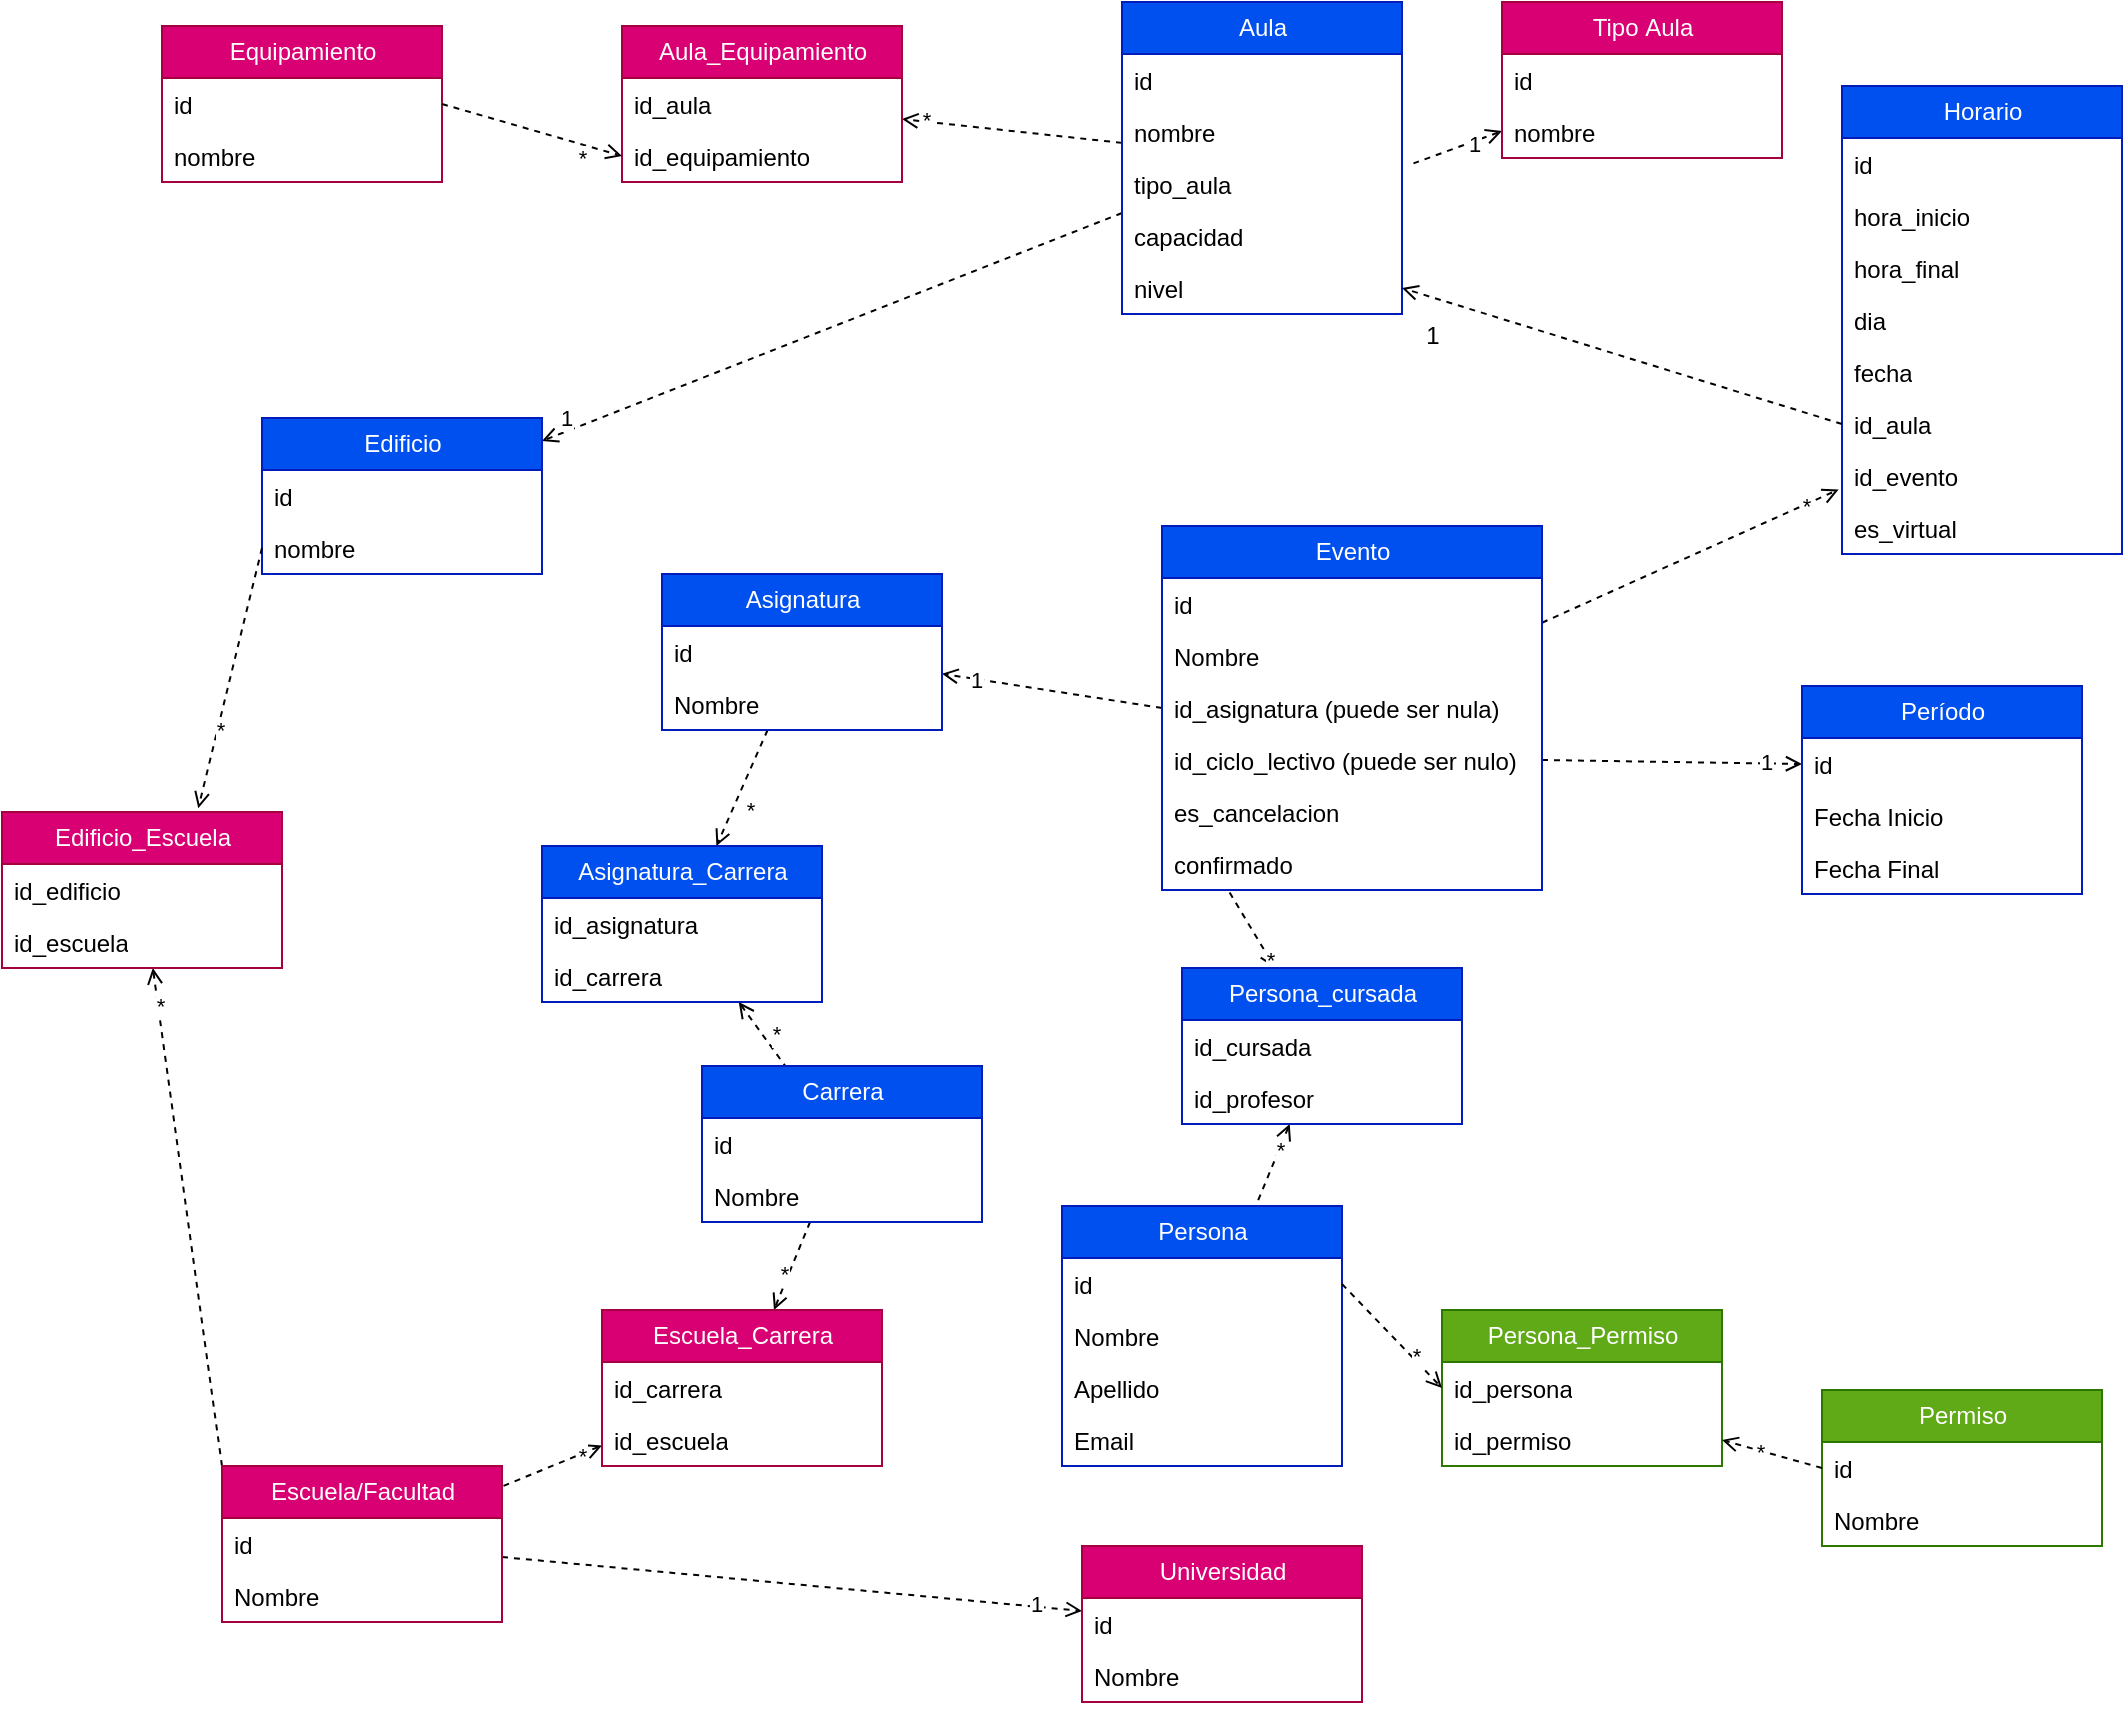
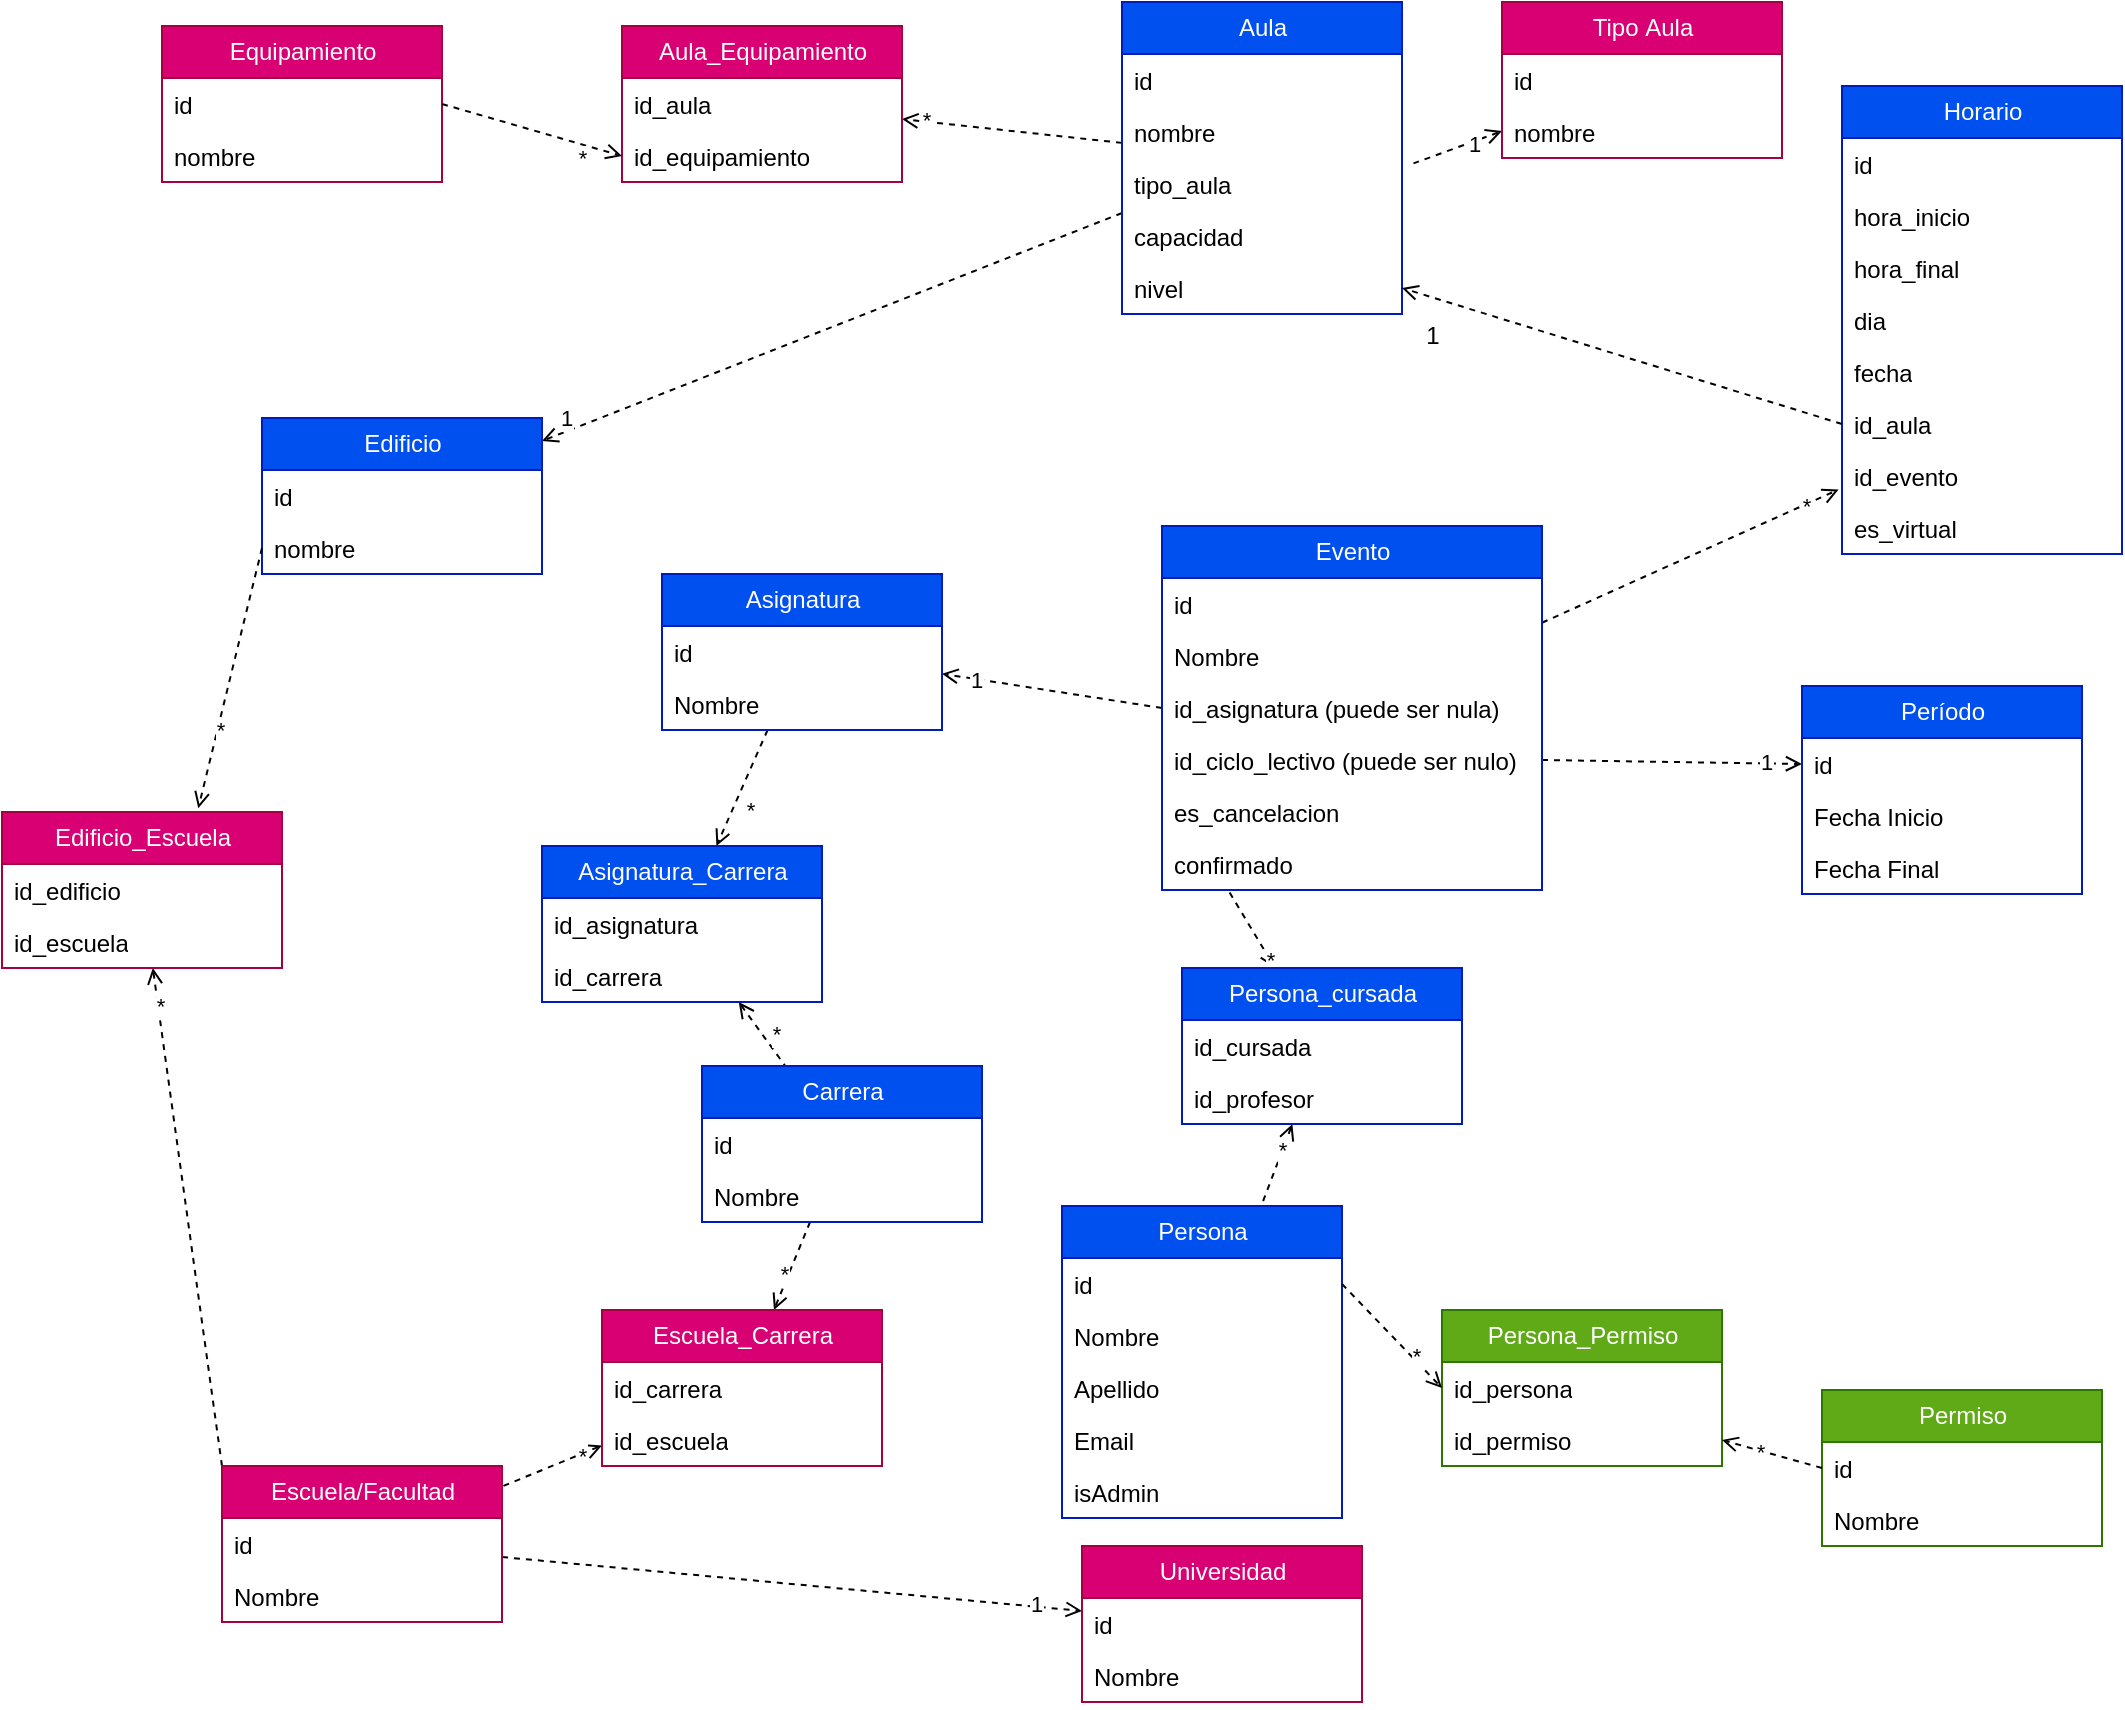
<mxfile host="65bd71144e">
    <diagram id="FC9ZTT8uPpO0bs4Ok23c" name="Page-1">
-         <mxGraphModel dx="2236" dy="779" grid="1" gridSize="10" guides="1" tooltips="1" connect="1" arrows="1" fold="1" page="1" pageScale="1" pageWidth="850" pageHeight="1100" math="0" shadow="0">
+         <mxGraphModel dx="2447" dy="1003" grid="1" gridSize="10" guides="1" tooltips="1" connect="1" arrows="1" fold="1" page="1" pageScale="1" pageWidth="850" pageHeight="1100" math="0" shadow="0">
            <root>
                <mxCell id="0"/>
                <mxCell id="1" parent="0"/>
                <mxCell id="9" value="" style="edgeStyle=none;html=1;dashed=1;endArrow=none;endFill=0;startArrow=open;startFill=0;entryX=1.041;entryY=0.104;entryDx=0;entryDy=0;entryPerimeter=0;" parent="1" source="2" target="17" edge="1">
                    <mxGeometry relative="1" as="geometry">
                        <mxPoint x="310" y="119" as="targetPoint"/>
                    </mxGeometry>
                </mxCell>
                <mxCell id="162" value="1" style="edgeLabel;html=1;align=center;verticalAlign=middle;resizable=0;points=[];" parent="9" vertex="1" connectable="0">
                    <mxGeometry x="-0.3308" y="1" relative="1" as="geometry">
                        <mxPoint as="offset"/>
                    </mxGeometry>
                </mxCell>
                <mxCell id="2" value="Tipo&amp;nbsp;Aula" style="swimlane;fontStyle=0;childLayout=stackLayout;horizontal=1;startSize=26;fillColor=#d80073;horizontalStack=0;resizeParent=1;resizeParentMax=0;resizeLast=0;collapsible=1;marginBottom=0;html=1;fontColor=#ffffff;strokeColor=#A50040;" parent="1" vertex="1">
                    <mxGeometry x="500" y="28" width="140" height="78" as="geometry"/>
                </mxCell>
                <mxCell id="4" value="id" style="text;strokeColor=none;fillColor=none;align=left;verticalAlign=top;spacingLeft=4;spacingRight=4;overflow=hidden;rotatable=0;points=[[0,0.5],[1,0.5]];portConstraint=eastwest;whiteSpace=wrap;html=1;" parent="2" vertex="1">
                    <mxGeometry y="26" width="140" height="26" as="geometry"/>
                </mxCell>
                <mxCell id="5" value="nombre" style="text;strokeColor=none;fillColor=none;align=left;verticalAlign=top;spacingLeft=4;spacingRight=4;overflow=hidden;rotatable=0;points=[[0,0.5],[1,0.5]];portConstraint=eastwest;whiteSpace=wrap;html=1;" parent="2" vertex="1">
                    <mxGeometry y="52" width="140" height="26" as="geometry"/>
                </mxCell>
                <mxCell id="30" value="" style="edgeStyle=none;html=1;dashed=1;startArrow=none;startFill=0;endArrow=open;endFill=0;exitX=0;exitY=0.5;exitDx=0;exitDy=0;" parent="1" source="82" target="25" edge="1">
                    <mxGeometry relative="1" as="geometry">
                        <mxPoint x="440" y="397.2812500000002" as="sourcePoint"/>
                    </mxGeometry>
                </mxCell>
                <mxCell id="164" value="1" style="edgeLabel;html=1;align=center;verticalAlign=middle;resizable=0;points=[];" parent="30" vertex="1" connectable="0">
                    <mxGeometry x="0.6998" relative="1" as="geometry">
                        <mxPoint as="offset"/>
                    </mxGeometry>
                </mxCell>
                <mxCell id="36" value="" style="edgeStyle=none;html=1;dashed=1;startArrow=none;startFill=0;endArrow=open;endFill=0;entryX=0;entryY=0.5;entryDx=0;entryDy=0;exitX=1;exitY=0.5;exitDx=0;exitDy=0;" parent="1" source="83" target="32" edge="1">
                    <mxGeometry relative="1" as="geometry">
                        <mxPoint x="580" y="422" as="sourcePoint"/>
                    </mxGeometry>
                </mxCell>
                <mxCell id="149" value="1" style="edgeLabel;html=1;align=center;verticalAlign=middle;resizable=0;points=[];" parent="36" vertex="1" connectable="0">
                    <mxGeometry x="0.7212" y="1" relative="1" as="geometry">
                        <mxPoint as="offset"/>
                    </mxGeometry>
                </mxCell>
                <mxCell id="69" value="" style="edgeStyle=none;html=1;dashed=1;startArrow=none;startFill=0;endArrow=open;endFill=0;exitX=0.178;exitY=1.049;exitDx=0;exitDy=0;exitPerimeter=0;" parent="1" source="172" target="65" edge="1">
                    <mxGeometry relative="1" as="geometry">
                        <mxPoint x="440" y="459.47058823529414" as="sourcePoint"/>
                    </mxGeometry>
                </mxCell>
                <mxCell id="163" value="*" style="edgeLabel;html=1;align=center;verticalAlign=middle;resizable=0;points=[];" parent="69" vertex="1" connectable="0">
                    <mxGeometry x="0.8002" relative="1" as="geometry">
                        <mxPoint as="offset"/>
                    </mxGeometry>
                </mxCell>
                <mxCell id="108" value="" style="edgeStyle=none;html=1;dashed=1;startArrow=none;startFill=0;endArrow=open;endFill=0;" parent="1" source="14" target="103" edge="1">
                    <mxGeometry relative="1" as="geometry"/>
                </mxCell>
                <mxCell id="139" value="1" style="edgeLabel;html=1;align=center;verticalAlign=middle;resizable=0;points=[];" parent="108" vertex="1" connectable="0">
                    <mxGeometry x="0.923" y="1" relative="1" as="geometry">
                        <mxPoint y="-8" as="offset"/>
                    </mxGeometry>
                </mxCell>
                <mxCell id="129" value="" style="edgeStyle=none;html=1;dashed=1;startArrow=none;startFill=0;endArrow=open;endFill=0;" parent="1" source="14" target="124" edge="1">
                    <mxGeometry relative="1" as="geometry"/>
                </mxCell>
                <mxCell id="138" value="*" style="edgeLabel;html=1;align=center;verticalAlign=middle;resizable=0;points=[];" parent="129" vertex="1" connectable="0">
                    <mxGeometry x="0.7859" y="-1" relative="1" as="geometry">
                        <mxPoint as="offset"/>
                    </mxGeometry>
                </mxCell>
                <mxCell id="14" value="Aula" style="swimlane;fontStyle=0;childLayout=stackLayout;horizontal=1;startSize=26;fillColor=#0050ef;horizontalStack=0;resizeParent=1;resizeParentMax=0;resizeLast=0;collapsible=1;marginBottom=0;html=1;fontColor=#ffffff;strokeColor=#001DBC;" parent="1" vertex="1">
                    <mxGeometry x="310" y="28" width="140" height="156" as="geometry">
                        <mxRectangle x="350" y="340" width="60" height="30" as="alternateBounds"/>
                    </mxGeometry>
                </mxCell>
                <mxCell id="15" value="id" style="text;strokeColor=none;fillColor=none;align=left;verticalAlign=top;spacingLeft=4;spacingRight=4;overflow=hidden;rotatable=0;points=[[0,0.5],[1,0.5]];portConstraint=eastwest;whiteSpace=wrap;html=1;" parent="14" vertex="1">
                    <mxGeometry y="26" width="140" height="26" as="geometry"/>
                </mxCell>
                <mxCell id="16" value="nombre" style="text;strokeColor=none;fillColor=none;align=left;verticalAlign=top;spacingLeft=4;spacingRight=4;overflow=hidden;rotatable=0;points=[[0,0.5],[1,0.5]];portConstraint=eastwest;whiteSpace=wrap;html=1;" parent="14" vertex="1">
                    <mxGeometry y="52" width="140" height="26" as="geometry"/>
                </mxCell>
                <mxCell id="17" value="tipo_aula&lt;br&gt;&lt;br&gt;" style="text;strokeColor=none;fillColor=none;align=left;verticalAlign=top;spacingLeft=4;spacingRight=4;overflow=hidden;rotatable=0;points=[[0,0.5],[1,0.5]];portConstraint=eastwest;whiteSpace=wrap;html=1;" parent="14" vertex="1">
                    <mxGeometry y="78" width="140" height="26" as="geometry"/>
                </mxCell>
                <mxCell id="19" value="capacidad" style="text;strokeColor=none;fillColor=none;align=left;verticalAlign=top;spacingLeft=4;spacingRight=4;overflow=hidden;rotatable=0;points=[[0,0.5],[1,0.5]];portConstraint=eastwest;whiteSpace=wrap;html=1;" parent="14" vertex="1">
                    <mxGeometry y="104" width="140" height="26" as="geometry"/>
                </mxCell>
                <mxCell id="136" value="nivel" style="text;strokeColor=none;fillColor=none;align=left;verticalAlign=top;spacingLeft=4;spacingRight=4;overflow=hidden;rotatable=0;points=[[0,0.5],[1,0.5]];portConstraint=eastwest;whiteSpace=wrap;html=1;" parent="14" vertex="1">
                    <mxGeometry y="130" width="140" height="26" as="geometry"/>
                </mxCell>
                <mxCell id="60" value="" style="edgeStyle=none;html=1;dashed=1;startArrow=none;startFill=0;endArrow=open;endFill=0;" parent="1" source="25" target="57" edge="1">
                    <mxGeometry relative="1" as="geometry"/>
                </mxCell>
                <mxCell id="166" value="*" style="edgeLabel;html=1;align=center;verticalAlign=middle;resizable=0;points=[];" parent="60" vertex="1" connectable="0">
                    <mxGeometry x="0.5203" y="1" relative="1" as="geometry">
                        <mxPoint x="9" y="-5" as="offset"/>
                    </mxGeometry>
                </mxCell>
                <mxCell id="25" value="Asignatura" style="swimlane;fontStyle=0;childLayout=stackLayout;horizontal=1;startSize=26;fillColor=#0050ef;horizontalStack=0;resizeParent=1;resizeParentMax=0;resizeLast=0;collapsible=1;marginBottom=0;html=1;fontColor=#ffffff;strokeColor=#001DBC;" parent="1" vertex="1">
                    <mxGeometry x="80" y="314" width="140" height="78" as="geometry"/>
                </mxCell>
                <mxCell id="26" value="id" style="text;strokeColor=none;fillColor=none;align=left;verticalAlign=top;spacingLeft=4;spacingRight=4;overflow=hidden;rotatable=0;points=[[0,0.5],[1,0.5]];portConstraint=eastwest;whiteSpace=wrap;html=1;" parent="25" vertex="1">
                    <mxGeometry y="26" width="140" height="26" as="geometry"/>
                </mxCell>
                <mxCell id="27" value="Nombre" style="text;strokeColor=none;fillColor=none;align=left;verticalAlign=top;spacingLeft=4;spacingRight=4;overflow=hidden;rotatable=0;points=[[0,0.5],[1,0.5]];portConstraint=eastwest;whiteSpace=wrap;html=1;" parent="25" vertex="1">
                    <mxGeometry y="52" width="140" height="26" as="geometry"/>
                </mxCell>
                <mxCell id="31" value="Período" style="swimlane;fontStyle=0;childLayout=stackLayout;horizontal=1;startSize=26;fillColor=#0050ef;horizontalStack=0;resizeParent=1;resizeParentMax=0;resizeLast=0;collapsible=1;marginBottom=0;html=1;fontColor=#ffffff;strokeColor=#001DBC;" parent="1" vertex="1">
                    <mxGeometry x="650" y="370" width="140" height="104" as="geometry"/>
                </mxCell>
                <mxCell id="32" value="id" style="text;strokeColor=none;fillColor=none;align=left;verticalAlign=top;spacingLeft=4;spacingRight=4;overflow=hidden;rotatable=0;points=[[0,0.5],[1,0.5]];portConstraint=eastwest;whiteSpace=wrap;html=1;" parent="31" vertex="1">
                    <mxGeometry y="26" width="140" height="26" as="geometry"/>
                </mxCell>
                <mxCell id="33" value="Fecha Inicio" style="text;strokeColor=none;fillColor=none;align=left;verticalAlign=top;spacingLeft=4;spacingRight=4;overflow=hidden;rotatable=0;points=[[0,0.5],[1,0.5]];portConstraint=eastwest;whiteSpace=wrap;html=1;" parent="31" vertex="1">
                    <mxGeometry y="52" width="140" height="26" as="geometry"/>
                </mxCell>
                <mxCell id="34" value="Fecha Final" style="text;strokeColor=none;fillColor=none;align=left;verticalAlign=top;spacingLeft=4;spacingRight=4;overflow=hidden;rotatable=0;points=[[0,0.5],[1,0.5]];portConstraint=eastwest;whiteSpace=wrap;html=1;" parent="31" vertex="1">
                    <mxGeometry y="78" width="140" height="26" as="geometry"/>
                </mxCell>
                <mxCell id="48" value="" style="edgeStyle=none;html=1;dashed=1;startArrow=none;startFill=0;endArrow=open;endFill=0;entryX=-0.012;entryY=0.761;entryDx=0;entryDy=0;entryPerimeter=0;" parent="1" source="37" target="171" edge="1">
                    <mxGeometry relative="1" as="geometry">
                        <mxPoint x="530" y="344.5999999999998" as="targetPoint"/>
                    </mxGeometry>
                </mxCell>
                <mxCell id="150" value="*" style="edgeLabel;html=1;align=center;verticalAlign=middle;resizable=0;points=[];" parent="48" vertex="1" connectable="0">
                    <mxGeometry x="0.77" relative="1" as="geometry">
                        <mxPoint as="offset"/>
                    </mxGeometry>
                </mxCell>
                <mxCell id="37" value="Evento" style="swimlane;fontStyle=0;childLayout=stackLayout;horizontal=1;startSize=26;fillColor=#0050ef;horizontalStack=0;resizeParent=1;resizeParentMax=0;resizeLast=0;collapsible=1;marginBottom=0;html=1;fontColor=#ffffff;strokeColor=#001DBC;" parent="1" vertex="1">
                    <mxGeometry x="330" y="290" width="190" height="182" as="geometry"/>
                </mxCell>
                <mxCell id="38" value="id" style="text;strokeColor=none;fillColor=none;align=left;verticalAlign=top;spacingLeft=4;spacingRight=4;overflow=hidden;rotatable=0;points=[[0,0.5],[1,0.5]];portConstraint=eastwest;whiteSpace=wrap;html=1;" parent="37" vertex="1">
                    <mxGeometry y="26" width="190" height="26" as="geometry"/>
                </mxCell>
                <mxCell id="41" value="Nombre" style="text;strokeColor=none;fillColor=none;align=left;verticalAlign=top;spacingLeft=4;spacingRight=4;overflow=hidden;rotatable=0;points=[[0,0.5],[1,0.5]];portConstraint=eastwest;whiteSpace=wrap;html=1;" parent="37" vertex="1">
                    <mxGeometry y="52" width="190" height="26" as="geometry"/>
                </mxCell>
                <mxCell id="82" value="id_asignatura (puede ser nula)" style="text;strokeColor=none;fillColor=none;align=left;verticalAlign=top;spacingLeft=4;spacingRight=4;overflow=hidden;rotatable=0;points=[[0,0.5],[1,0.5]];portConstraint=eastwest;whiteSpace=wrap;html=1;" parent="37" vertex="1">
                    <mxGeometry y="78" width="190" height="26" as="geometry"/>
                </mxCell>
                <mxCell id="83" value="id_ciclo_lectivo (puede ser nulo)" style="text;strokeColor=none;fillColor=none;align=left;verticalAlign=top;spacingLeft=4;spacingRight=4;overflow=hidden;rotatable=0;points=[[0,0.5],[1,0.5]];portConstraint=eastwest;whiteSpace=wrap;html=1;" parent="37" vertex="1">
                    <mxGeometry y="104" width="190" height="26" as="geometry"/>
                </mxCell>
                <mxCell id="98" value="es_cancelacion" style="text;strokeColor=none;fillColor=none;align=left;verticalAlign=top;spacingLeft=4;spacingRight=4;overflow=hidden;rotatable=0;points=[[0,0.5],[1,0.5]];portConstraint=eastwest;whiteSpace=wrap;html=1;" parent="37" vertex="1">
                    <mxGeometry y="130" width="190" height="26" as="geometry"/>
                </mxCell>
-                 <mxCell id="172" value="confirmado" style="text;strokeColor=none;fillColor=none;align=left;verticalAlign=top;spacingLeft=4;spacingRight=4;overflow=hidden;rotatable=0;points=[[0,0.5],[1,0.5]];portConstraint=eastwest;whiteSpace=wrap;html=1;" vertex="1" parent="37">
+                 <mxCell id="172" value="confirmado" style="text;strokeColor=none;fillColor=none;align=left;verticalAlign=top;spacingLeft=4;spacingRight=4;overflow=hidden;rotatable=0;points=[[0,0.5],[1,0.5]];portConstraint=eastwest;whiteSpace=wrap;html=1;" parent="37" vertex="1">
                    <mxGeometry y="156" width="190" height="26" as="geometry"/>
                </mxCell>
                <mxCell id="49" value="Horario" style="swimlane;fontStyle=0;childLayout=stackLayout;horizontal=1;startSize=26;fillColor=#0050ef;horizontalStack=0;resizeParent=1;resizeParentMax=0;resizeLast=0;collapsible=1;marginBottom=0;html=1;fontColor=#ffffff;strokeColor=#001DBC;" parent="1" vertex="1">
                    <mxGeometry x="670" y="70" width="140" height="234" as="geometry"/>
                </mxCell>
                <mxCell id="50" value="id" style="text;strokeColor=none;fillColor=none;align=left;verticalAlign=top;spacingLeft=4;spacingRight=4;overflow=hidden;rotatable=0;points=[[0,0.5],[1,0.5]];portConstraint=eastwest;whiteSpace=wrap;html=1;" parent="49" vertex="1">
                    <mxGeometry y="26" width="140" height="26" as="geometry"/>
                </mxCell>
                <mxCell id="51" value="hora_inicio" style="text;strokeColor=none;fillColor=none;align=left;verticalAlign=top;spacingLeft=4;spacingRight=4;overflow=hidden;rotatable=0;points=[[0,0.5],[1,0.5]];portConstraint=eastwest;whiteSpace=wrap;html=1;" parent="49" vertex="1">
                    <mxGeometry y="52" width="140" height="26" as="geometry"/>
                </mxCell>
                <mxCell id="53" value="hora_final" style="text;strokeColor=none;fillColor=none;align=left;verticalAlign=top;spacingLeft=4;spacingRight=4;overflow=hidden;rotatable=0;points=[[0,0.5],[1,0.5]];portConstraint=eastwest;whiteSpace=wrap;html=1;" parent="49" vertex="1">
                    <mxGeometry y="78" width="140" height="26" as="geometry"/>
                </mxCell>
                <mxCell id="54" value="dia" style="text;strokeColor=none;fillColor=none;align=left;verticalAlign=top;spacingLeft=4;spacingRight=4;overflow=hidden;rotatable=0;points=[[0,0.5],[1,0.5]];portConstraint=eastwest;whiteSpace=wrap;html=1;" parent="49" vertex="1">
                    <mxGeometry y="104" width="140" height="26" as="geometry"/>
                </mxCell>
-                 <mxCell id="167" value="fecha" style="text;strokeColor=none;fillColor=none;align=left;verticalAlign=top;spacingLeft=4;spacingRight=4;overflow=hidden;rotatable=0;points=[[0,0.5],[1,0.5]];portConstraint=eastwest;whiteSpace=wrap;html=1;" vertex="1" parent="49">
+                 <mxCell id="167" value="fecha" style="text;strokeColor=none;fillColor=none;align=left;verticalAlign=top;spacingLeft=4;spacingRight=4;overflow=hidden;rotatable=0;points=[[0,0.5],[1,0.5]];portConstraint=eastwest;whiteSpace=wrap;html=1;" parent="49" vertex="1">
                    <mxGeometry y="130" width="140" height="26" as="geometry"/>
                </mxCell>
-                 <mxCell id="168" value="id_aula" style="text;strokeColor=none;fillColor=none;align=left;verticalAlign=top;spacingLeft=4;spacingRight=4;overflow=hidden;rotatable=0;points=[[0,0.5],[1,0.5]];portConstraint=eastwest;whiteSpace=wrap;html=1;" vertex="1" parent="49">
+                 <mxCell id="168" value="id_aula" style="text;strokeColor=none;fillColor=none;align=left;verticalAlign=top;spacingLeft=4;spacingRight=4;overflow=hidden;rotatable=0;points=[[0,0.5],[1,0.5]];portConstraint=eastwest;whiteSpace=wrap;html=1;" parent="49" vertex="1">
                    <mxGeometry y="156" width="140" height="26" as="geometry"/>
                </mxCell>
-                 <mxCell id="171" value="id_evento" style="text;strokeColor=none;fillColor=none;align=left;verticalAlign=top;spacingLeft=4;spacingRight=4;overflow=hidden;rotatable=0;points=[[0,0.5],[1,0.5]];portConstraint=eastwest;whiteSpace=wrap;html=1;" vertex="1" parent="49">
+                 <mxCell id="171" value="id_evento" style="text;strokeColor=none;fillColor=none;align=left;verticalAlign=top;spacingLeft=4;spacingRight=4;overflow=hidden;rotatable=0;points=[[0,0.5],[1,0.5]];portConstraint=eastwest;whiteSpace=wrap;html=1;" parent="49" vertex="1">
                    <mxGeometry y="182" width="140" height="26" as="geometry"/>
                </mxCell>
-                 <mxCell id="173" value="es_virtual" style="text;strokeColor=none;fillColor=none;align=left;verticalAlign=top;spacingLeft=4;spacingRight=4;overflow=hidden;rotatable=0;points=[[0,0.5],[1,0.5]];portConstraint=eastwest;whiteSpace=wrap;html=1;" vertex="1" parent="49">
+                 <mxCell id="173" value="es_virtual" style="text;strokeColor=none;fillColor=none;align=left;verticalAlign=top;spacingLeft=4;spacingRight=4;overflow=hidden;rotatable=0;points=[[0,0.5],[1,0.5]];portConstraint=eastwest;whiteSpace=wrap;html=1;" parent="49" vertex="1">
                    <mxGeometry y="208" width="140" height="26" as="geometry"/>
                </mxCell>
                <mxCell id="64" value="" style="edgeStyle=none;html=1;dashed=1;startArrow=open;startFill=0;endArrow=none;endFill=0;" parent="1" source="57" target="61" edge="1">
                    <mxGeometry relative="1" as="geometry"/>
                </mxCell>
                <mxCell id="165" value="*" style="edgeLabel;html=1;align=center;verticalAlign=middle;resizable=0;points=[];" parent="64" vertex="1" connectable="0">
                    <mxGeometry x="-0.3441" relative="1" as="geometry">
                        <mxPoint x="11" y="5" as="offset"/>
                    </mxGeometry>
                </mxCell>
                <mxCell id="57" value="Asignatura_Carrera" style="swimlane;fontStyle=0;childLayout=stackLayout;horizontal=1;startSize=26;fillColor=#0050ef;horizontalStack=0;resizeParent=1;resizeParentMax=0;resizeLast=0;collapsible=1;marginBottom=0;html=1;fontColor=#ffffff;strokeColor=#001DBC;" parent="1" vertex="1">
                    <mxGeometry x="20" y="450" width="140" height="78" as="geometry"/>
                </mxCell>
                <mxCell id="58" value="id_asignatura" style="text;strokeColor=none;fillColor=none;align=left;verticalAlign=top;spacingLeft=4;spacingRight=4;overflow=hidden;rotatable=0;points=[[0,0.5],[1,0.5]];portConstraint=eastwest;whiteSpace=wrap;html=1;" parent="57" vertex="1">
                    <mxGeometry y="26" width="140" height="26" as="geometry"/>
                </mxCell>
                <mxCell id="59" value="id_carrera" style="text;strokeColor=none;fillColor=none;align=left;verticalAlign=top;spacingLeft=4;spacingRight=4;overflow=hidden;rotatable=0;points=[[0,0.5],[1,0.5]];portConstraint=eastwest;whiteSpace=wrap;html=1;" parent="57" vertex="1">
                    <mxGeometry y="52" width="140" height="26" as="geometry"/>
                </mxCell>
                <mxCell id="93" value="" style="edgeStyle=none;html=1;dashed=1;startArrow=none;startFill=0;endArrow=open;endFill=0;" parent="1" source="61" target="90" edge="1">
                    <mxGeometry relative="1" as="geometry"/>
                </mxCell>
                <mxCell id="143" value="*" style="edgeLabel;html=1;align=center;verticalAlign=middle;resizable=0;points=[];" parent="93" vertex="1" connectable="0">
                    <mxGeometry x="0.2302" y="-2" relative="1" as="geometry">
                        <mxPoint as="offset"/>
                    </mxGeometry>
                </mxCell>
                <mxCell id="61" value="Carrera" style="swimlane;fontStyle=0;childLayout=stackLayout;horizontal=1;startSize=26;fillColor=#0050ef;horizontalStack=0;resizeParent=1;resizeParentMax=0;resizeLast=0;collapsible=1;marginBottom=0;html=1;fontColor=#ffffff;strokeColor=#001DBC;" parent="1" vertex="1">
                    <mxGeometry x="100" y="560" width="140" height="78" as="geometry"/>
                </mxCell>
                <mxCell id="62" value="id" style="text;strokeColor=none;fillColor=none;align=left;verticalAlign=top;spacingLeft=4;spacingRight=4;overflow=hidden;rotatable=0;points=[[0,0.5],[1,0.5]];portConstraint=eastwest;whiteSpace=wrap;html=1;" parent="61" vertex="1">
                    <mxGeometry y="26" width="140" height="26" as="geometry"/>
                </mxCell>
                <mxCell id="63" value="Nombre" style="text;strokeColor=none;fillColor=none;align=left;verticalAlign=top;spacingLeft=4;spacingRight=4;overflow=hidden;rotatable=0;points=[[0,0.5],[1,0.5]];portConstraint=eastwest;whiteSpace=wrap;html=1;" parent="61" vertex="1">
                    <mxGeometry y="52" width="140" height="26" as="geometry"/>
                </mxCell>
                <mxCell id="73" value="" style="edgeStyle=none;html=1;dashed=1;startArrow=open;startFill=0;endArrow=none;endFill=0;" parent="1" source="65" target="70" edge="1">
                    <mxGeometry relative="1" as="geometry"/>
                </mxCell>
                <mxCell id="147" value="*" style="edgeLabel;html=1;align=center;verticalAlign=middle;resizable=0;points=[];" parent="73" vertex="1" connectable="0">
                    <mxGeometry x="-0.371" relative="1" as="geometry">
                        <mxPoint as="offset"/>
                    </mxGeometry>
                </mxCell>
                <mxCell id="65" value="Persona_cursada" style="swimlane;fontStyle=0;childLayout=stackLayout;horizontal=1;startSize=26;fillColor=#0050ef;horizontalStack=0;resizeParent=1;resizeParentMax=0;resizeLast=0;collapsible=1;marginBottom=0;html=1;fontColor=#ffffff;strokeColor=#001DBC;" parent="1" vertex="1">
                    <mxGeometry x="340" y="511" width="140" height="78" as="geometry">
                        <mxRectangle x="540" y="320" width="90" height="30" as="alternateBounds"/>
                    </mxGeometry>
                </mxCell>
                <mxCell id="66" value="id_cursada" style="text;strokeColor=none;fillColor=none;align=left;verticalAlign=top;spacingLeft=4;spacingRight=4;overflow=hidden;rotatable=0;points=[[0,0.5],[1,0.5]];portConstraint=eastwest;whiteSpace=wrap;html=1;" parent="65" vertex="1">
                    <mxGeometry y="26" width="140" height="26" as="geometry"/>
                </mxCell>
                <mxCell id="67" value="id_profesor" style="text;strokeColor=none;fillColor=none;align=left;verticalAlign=top;spacingLeft=4;spacingRight=4;overflow=hidden;rotatable=0;points=[[0,0.5],[1,0.5]];portConstraint=eastwest;whiteSpace=wrap;html=1;" parent="65" vertex="1">
                    <mxGeometry y="52" width="140" height="26" as="geometry"/>
                </mxCell>
                <mxCell id="70" value="Persona" style="swimlane;fontStyle=0;childLayout=stackLayout;horizontal=1;startSize=26;fillColor=#0050ef;horizontalStack=0;resizeParent=1;resizeParentMax=0;resizeLast=0;collapsible=1;marginBottom=0;html=1;fontColor=#ffffff;strokeColor=#001DBC;" parent="1" vertex="1">
-                     <mxGeometry x="280" y="630" width="140" height="130" as="geometry">
+                     <mxGeometry x="280" y="630" width="140" height="156" as="geometry">
                        <mxRectangle x="540" y="320" width="90" height="30" as="alternateBounds"/>
                    </mxGeometry>
                </mxCell>
                <mxCell id="71" value="id" style="text;strokeColor=none;fillColor=none;align=left;verticalAlign=top;spacingLeft=4;spacingRight=4;overflow=hidden;rotatable=0;points=[[0,0.5],[1,0.5]];portConstraint=eastwest;whiteSpace=wrap;html=1;" parent="70" vertex="1">
                    <mxGeometry y="26" width="140" height="26" as="geometry"/>
                </mxCell>
                <mxCell id="72" value="Nombre" style="text;strokeColor=none;fillColor=none;align=left;verticalAlign=top;spacingLeft=4;spacingRight=4;overflow=hidden;rotatable=0;points=[[0,0.5],[1,0.5]];portConstraint=eastwest;whiteSpace=wrap;html=1;" parent="70" vertex="1">
                    <mxGeometry y="52" width="140" height="26" as="geometry"/>
                </mxCell>
                <mxCell id="74" value="Apellido" style="text;strokeColor=none;fillColor=none;align=left;verticalAlign=top;spacingLeft=4;spacingRight=4;overflow=hidden;rotatable=0;points=[[0,0.5],[1,0.5]];portConstraint=eastwest;whiteSpace=wrap;html=1;" parent="70" vertex="1">
                    <mxGeometry y="78" width="140" height="26" as="geometry"/>
                </mxCell>
                <mxCell id="75" value="Email" style="text;strokeColor=none;fillColor=none;align=left;verticalAlign=top;spacingLeft=4;spacingRight=4;overflow=hidden;rotatable=0;points=[[0,0.5],[1,0.5]];portConstraint=eastwest;whiteSpace=wrap;html=1;" parent="70" vertex="1">
                    <mxGeometry y="104" width="140" height="26" as="geometry"/>
+                 </mxCell>
+                 <mxCell id="174" value="isAdmin" style="text;strokeColor=none;fillColor=none;align=left;verticalAlign=top;spacingLeft=4;spacingRight=4;overflow=hidden;rotatable=0;points=[[0,0.5],[1,0.5]];portConstraint=eastwest;whiteSpace=wrap;html=1;" vertex="1" parent="70">
+                     <mxGeometry y="130" width="140" height="26" as="geometry"/>
                </mxCell>
                <mxCell id="76" value="Persona_Permiso" style="swimlane;fontStyle=0;childLayout=stackLayout;horizontal=1;startSize=26;fillColor=#60a917;horizontalStack=0;resizeParent=1;resizeParentMax=0;resizeLast=0;collapsible=1;marginBottom=0;html=1;fontColor=#ffffff;strokeColor=#2D7600;" parent="1" vertex="1">
                    <mxGeometry x="470" y="682" width="140" height="78" as="geometry">
                        <mxRectangle x="540" y="320" width="90" height="30" as="alternateBounds"/>
                    </mxGeometry>
                </mxCell>
                <mxCell id="77" value="id_persona" style="text;strokeColor=none;fillColor=none;align=left;verticalAlign=top;spacingLeft=4;spacingRight=4;overflow=hidden;rotatable=0;points=[[0,0.5],[1,0.5]];portConstraint=eastwest;whiteSpace=wrap;html=1;" parent="76" vertex="1">
                    <mxGeometry y="26" width="140" height="26" as="geometry"/>
                </mxCell>
                <mxCell id="78" value="id_permiso" style="text;strokeColor=none;fillColor=none;align=left;verticalAlign=top;spacingLeft=4;spacingRight=4;overflow=hidden;rotatable=0;points=[[0,0.5],[1,0.5]];portConstraint=eastwest;whiteSpace=wrap;html=1;" parent="76" vertex="1">
                    <mxGeometry y="52" width="140" height="26" as="geometry"/>
                </mxCell>
                <mxCell id="84" value="Permiso" style="swimlane;fontStyle=0;childLayout=stackLayout;horizontal=1;startSize=26;fillColor=#60a917;horizontalStack=0;resizeParent=1;resizeParentMax=0;resizeLast=0;collapsible=1;marginBottom=0;html=1;fontColor=#ffffff;strokeColor=#2D7600;" parent="1" vertex="1">
                    <mxGeometry x="660" y="722" width="140" height="78" as="geometry">
                        <mxRectangle x="540" y="320" width="90" height="30" as="alternateBounds"/>
                    </mxGeometry>
                </mxCell>
                <mxCell id="85" value="id" style="text;strokeColor=none;fillColor=none;align=left;verticalAlign=top;spacingLeft=4;spacingRight=4;overflow=hidden;rotatable=0;points=[[0,0.5],[1,0.5]];portConstraint=eastwest;whiteSpace=wrap;html=1;" parent="84" vertex="1">
                    <mxGeometry y="26" width="140" height="26" as="geometry"/>
                </mxCell>
                <mxCell id="86" value="Nombre" style="text;strokeColor=none;fillColor=none;align=left;verticalAlign=top;spacingLeft=4;spacingRight=4;overflow=hidden;rotatable=0;points=[[0,0.5],[1,0.5]];portConstraint=eastwest;whiteSpace=wrap;html=1;" parent="84" vertex="1">
                    <mxGeometry y="52" width="140" height="26" as="geometry"/>
                </mxCell>
                <mxCell id="87" style="edgeStyle=none;html=1;exitX=1;exitY=0.5;exitDx=0;exitDy=0;entryX=0;entryY=0.5;entryDx=0;entryDy=0;dashed=1;startArrow=none;startFill=0;endArrow=open;endFill=0;" parent="1" source="71" target="77" edge="1">
                    <mxGeometry relative="1" as="geometry"/>
                </mxCell>
                <mxCell id="145" value="*" style="edgeLabel;html=1;align=center;verticalAlign=middle;resizable=0;points=[];" parent="87" vertex="1" connectable="0">
                    <mxGeometry x="0.4246" y="2" relative="1" as="geometry">
                        <mxPoint as="offset"/>
                    </mxGeometry>
                </mxCell>
                <mxCell id="88" style="edgeStyle=none;html=1;exitX=0;exitY=0.5;exitDx=0;exitDy=0;dashed=1;startArrow=none;startFill=0;endArrow=open;endFill=0;entryX=1;entryY=0.5;entryDx=0;entryDy=0;" parent="1" source="85" target="78" edge="1">
                    <mxGeometry relative="1" as="geometry">
                        <mxPoint x="620" y="665" as="targetPoint"/>
                    </mxGeometry>
                </mxCell>
                <mxCell id="146" value="*" style="edgeLabel;html=1;align=center;verticalAlign=middle;resizable=0;points=[];" parent="88" vertex="1" connectable="0">
                    <mxGeometry x="0.2381" relative="1" as="geometry">
                        <mxPoint as="offset"/>
                    </mxGeometry>
                </mxCell>
                <mxCell id="97" value="" style="edgeStyle=none;html=1;dashed=1;startArrow=open;startFill=0;endArrow=none;endFill=0;" parent="1" source="90" target="94" edge="1">
                    <mxGeometry relative="1" as="geometry"/>
                </mxCell>
                <mxCell id="142" value="*" style="edgeLabel;html=1;align=center;verticalAlign=middle;resizable=0;points=[];" parent="97" vertex="1" connectable="0">
                    <mxGeometry x="-0.5583" y="1" relative="1" as="geometry">
                        <mxPoint as="offset"/>
                    </mxGeometry>
                </mxCell>
                <mxCell id="90" value="Escuela_Carrera" style="swimlane;fontStyle=0;childLayout=stackLayout;horizontal=1;startSize=26;fillColor=#d80073;horizontalStack=0;resizeParent=1;resizeParentMax=0;resizeLast=0;collapsible=1;marginBottom=0;html=1;fontColor=#ffffff;strokeColor=#A50040;" parent="1" vertex="1">
                    <mxGeometry x="50" y="682" width="140" height="78" as="geometry"/>
                </mxCell>
                <mxCell id="91" value="id_carrera" style="text;strokeColor=none;fillColor=none;align=left;verticalAlign=top;spacingLeft=4;spacingRight=4;overflow=hidden;rotatable=0;points=[[0,0.5],[1,0.5]];portConstraint=eastwest;whiteSpace=wrap;html=1;" parent="90" vertex="1">
                    <mxGeometry y="26" width="140" height="26" as="geometry"/>
                </mxCell>
                <mxCell id="92" value="id_escuela" style="text;strokeColor=none;fillColor=none;align=left;verticalAlign=top;spacingLeft=4;spacingRight=4;overflow=hidden;rotatable=0;points=[[0,0.5],[1,0.5]];portConstraint=eastwest;whiteSpace=wrap;html=1;" parent="90" vertex="1">
                    <mxGeometry y="52" width="140" height="26" as="geometry"/>
                </mxCell>
                <mxCell id="102" value="" style="edgeStyle=none;html=1;dashed=1;startArrow=none;startFill=0;endArrow=open;endFill=0;" parent="1" source="94" target="99" edge="1">
                    <mxGeometry relative="1" as="geometry"/>
                </mxCell>
                <mxCell id="144" value="1" style="edgeLabel;html=1;align=center;verticalAlign=middle;resizable=0;points=[];" parent="102" vertex="1" connectable="0">
                    <mxGeometry x="0.8409" y="2" relative="1" as="geometry">
                        <mxPoint as="offset"/>
                    </mxGeometry>
                </mxCell>
                <mxCell id="113" value="" style="edgeStyle=none;html=1;dashed=1;startArrow=none;startFill=0;endArrow=open;endFill=0;exitX=0;exitY=0;exitDx=0;exitDy=0;" parent="1" source="94" target="110" edge="1">
                    <mxGeometry relative="1" as="geometry"/>
                </mxCell>
                <mxCell id="141" value="*" style="edgeLabel;html=1;align=center;verticalAlign=middle;resizable=0;points=[];" parent="113" vertex="1" connectable="0">
                    <mxGeometry x="0.8456" y="-1" relative="1" as="geometry">
                        <mxPoint as="offset"/>
                    </mxGeometry>
                </mxCell>
                <mxCell id="94" value="Escuela/Facultad" style="swimlane;fontStyle=0;childLayout=stackLayout;horizontal=1;startSize=26;fillColor=#d80073;horizontalStack=0;resizeParent=1;resizeParentMax=0;resizeLast=0;collapsible=1;marginBottom=0;html=1;fontColor=#ffffff;strokeColor=#A50040;" parent="1" vertex="1">
                    <mxGeometry x="-140" y="760" width="140" height="78" as="geometry"/>
                </mxCell>
                <mxCell id="95" value="id" style="text;strokeColor=none;fillColor=none;align=left;verticalAlign=top;spacingLeft=4;spacingRight=4;overflow=hidden;rotatable=0;points=[[0,0.5],[1,0.5]];portConstraint=eastwest;whiteSpace=wrap;html=1;" parent="94" vertex="1">
                    <mxGeometry y="26" width="140" height="26" as="geometry"/>
                </mxCell>
                <mxCell id="96" value="Nombre" style="text;strokeColor=none;fillColor=none;align=left;verticalAlign=top;spacingLeft=4;spacingRight=4;overflow=hidden;rotatable=0;points=[[0,0.5],[1,0.5]];portConstraint=eastwest;whiteSpace=wrap;html=1;" parent="94" vertex="1">
                    <mxGeometry y="52" width="140" height="26" as="geometry"/>
                </mxCell>
                <mxCell id="99" value="Universidad" style="swimlane;fontStyle=0;childLayout=stackLayout;horizontal=1;startSize=26;fillColor=#d80073;horizontalStack=0;resizeParent=1;resizeParentMax=0;resizeLast=0;collapsible=1;marginBottom=0;html=1;fontColor=#ffffff;strokeColor=#A50040;" parent="1" vertex="1">
                    <mxGeometry x="290" y="800" width="140" height="78" as="geometry"/>
                </mxCell>
                <mxCell id="100" value="id" style="text;strokeColor=none;fillColor=none;align=left;verticalAlign=top;spacingLeft=4;spacingRight=4;overflow=hidden;rotatable=0;points=[[0,0.5],[1,0.5]];portConstraint=eastwest;whiteSpace=wrap;html=1;" parent="99" vertex="1">
                    <mxGeometry y="26" width="140" height="26" as="geometry"/>
                </mxCell>
                <mxCell id="101" value="Nombre" style="text;strokeColor=none;fillColor=none;align=left;verticalAlign=top;spacingLeft=4;spacingRight=4;overflow=hidden;rotatable=0;points=[[0,0.5],[1,0.5]];portConstraint=eastwest;whiteSpace=wrap;html=1;" parent="99" vertex="1">
                    <mxGeometry y="52" width="140" height="26" as="geometry"/>
                </mxCell>
                <mxCell id="103" value="Edificio" style="swimlane;fontStyle=0;childLayout=stackLayout;horizontal=1;startSize=26;fillColor=#0050ef;horizontalStack=0;resizeParent=1;resizeParentMax=0;resizeLast=0;collapsible=1;marginBottom=0;html=1;fontColor=#ffffff;strokeColor=#001DBC;" parent="1" vertex="1">
                    <mxGeometry x="-120" y="236" width="140" height="78" as="geometry">
                        <mxRectangle x="350" y="340" width="60" height="30" as="alternateBounds"/>
                    </mxGeometry>
                </mxCell>
                <mxCell id="104" value="id" style="text;strokeColor=none;fillColor=none;align=left;verticalAlign=top;spacingLeft=4;spacingRight=4;overflow=hidden;rotatable=0;points=[[0,0.5],[1,0.5]];portConstraint=eastwest;whiteSpace=wrap;html=1;" parent="103" vertex="1">
                    <mxGeometry y="26" width="140" height="26" as="geometry"/>
                </mxCell>
                <mxCell id="105" value="nombre" style="text;strokeColor=none;fillColor=none;align=left;verticalAlign=top;spacingLeft=4;spacingRight=4;overflow=hidden;rotatable=0;points=[[0,0.5],[1,0.5]];portConstraint=eastwest;whiteSpace=wrap;html=1;" parent="103" vertex="1">
                    <mxGeometry y="52" width="140" height="26" as="geometry"/>
                </mxCell>
                <mxCell id="110" value="Edificio_Escuela" style="swimlane;fontStyle=0;childLayout=stackLayout;horizontal=1;startSize=26;fillColor=#d80073;horizontalStack=0;resizeParent=1;resizeParentMax=0;resizeLast=0;collapsible=1;marginBottom=0;html=1;fontColor=#ffffff;strokeColor=#A50040;" parent="1" vertex="1">
                    <mxGeometry x="-250" y="433" width="140" height="78" as="geometry"/>
                </mxCell>
                <mxCell id="111" value="id_edificio" style="text;strokeColor=none;fillColor=none;align=left;verticalAlign=top;spacingLeft=4;spacingRight=4;overflow=hidden;rotatable=0;points=[[0,0.5],[1,0.5]];portConstraint=eastwest;whiteSpace=wrap;html=1;" parent="110" vertex="1">
                    <mxGeometry y="26" width="140" height="26" as="geometry"/>
                </mxCell>
                <mxCell id="112" value="id_escuela" style="text;strokeColor=none;fillColor=none;align=left;verticalAlign=top;spacingLeft=4;spacingRight=4;overflow=hidden;rotatable=0;points=[[0,0.5],[1,0.5]];portConstraint=eastwest;whiteSpace=wrap;html=1;" parent="110" vertex="1">
                    <mxGeometry y="52" width="140" height="26" as="geometry"/>
                </mxCell>
                <mxCell id="114" style="edgeStyle=none;html=1;exitX=0;exitY=0.5;exitDx=0;exitDy=0;entryX=0.701;entryY=-0.024;entryDx=0;entryDy=0;entryPerimeter=0;dashed=1;startArrow=none;startFill=0;endArrow=open;endFill=0;" parent="1" source="105" target="110" edge="1">
                    <mxGeometry relative="1" as="geometry"/>
                </mxCell>
                <mxCell id="140" value="*" style="edgeLabel;html=1;align=center;verticalAlign=middle;resizable=0;points=[];" parent="114" vertex="1" connectable="0">
                    <mxGeometry x="0.3891" y="1" relative="1" as="geometry">
                        <mxPoint as="offset"/>
                    </mxGeometry>
                </mxCell>
                <mxCell id="124" value="Aula_Equipamiento" style="swimlane;fontStyle=0;childLayout=stackLayout;horizontal=1;startSize=26;fillColor=#d80073;horizontalStack=0;resizeParent=1;resizeParentMax=0;resizeLast=0;collapsible=1;marginBottom=0;html=1;fontColor=#ffffff;strokeColor=#A50040;" parent="1" vertex="1">
                    <mxGeometry x="60" y="40" width="140" height="78" as="geometry">
                        <mxRectangle x="350" y="340" width="60" height="30" as="alternateBounds"/>
                    </mxGeometry>
                </mxCell>
                <mxCell id="125" value="id_aula" style="text;strokeColor=none;fillColor=none;align=left;verticalAlign=top;spacingLeft=4;spacingRight=4;overflow=hidden;rotatable=0;points=[[0,0.5],[1,0.5]];portConstraint=eastwest;whiteSpace=wrap;html=1;" parent="124" vertex="1">
                    <mxGeometry y="26" width="140" height="26" as="geometry"/>
                </mxCell>
                <mxCell id="126" value="id_equipamiento" style="text;strokeColor=none;fillColor=none;align=left;verticalAlign=top;spacingLeft=4;spacingRight=4;overflow=hidden;rotatable=0;points=[[0,0.5],[1,0.5]];portConstraint=eastwest;whiteSpace=wrap;html=1;" parent="124" vertex="1">
                    <mxGeometry y="52" width="140" height="26" as="geometry"/>
                </mxCell>
                <mxCell id="130" value="Equipamiento" style="swimlane;fontStyle=0;childLayout=stackLayout;horizontal=1;startSize=26;fillColor=#d80073;horizontalStack=0;resizeParent=1;resizeParentMax=0;resizeLast=0;collapsible=1;marginBottom=0;html=1;fontColor=#ffffff;strokeColor=#A50040;" parent="1" vertex="1">
                    <mxGeometry x="-170" y="40" width="140" height="78" as="geometry">
                        <mxRectangle x="350" y="340" width="60" height="30" as="alternateBounds"/>
                    </mxGeometry>
                </mxCell>
                <mxCell id="131" value="id" style="text;align=left;verticalAlign=top;spacingLeft=4;spacingRight=4;overflow=hidden;rotatable=0;points=[[0,0.5],[1,0.5]];portConstraint=eastwest;whiteSpace=wrap;html=1;" parent="130" vertex="1">
                    <mxGeometry y="26" width="140" height="26" as="geometry"/>
                </mxCell>
                <mxCell id="132" value="nombre" style="text;strokeColor=none;fillColor=none;align=left;verticalAlign=top;spacingLeft=4;spacingRight=4;overflow=hidden;rotatable=0;points=[[0,0.5],[1,0.5]];portConstraint=eastwest;whiteSpace=wrap;html=1;" parent="130" vertex="1">
                    <mxGeometry y="52" width="140" height="26" as="geometry"/>
                </mxCell>
                <mxCell id="135" style="edgeStyle=none;html=1;exitX=1;exitY=0.5;exitDx=0;exitDy=0;dashed=1;startArrow=none;startFill=0;endArrow=open;endFill=0;entryX=0;entryY=0.5;entryDx=0;entryDy=0;" parent="1" source="131" target="126" edge="1">
                    <mxGeometry relative="1" as="geometry"/>
                </mxCell>
                <mxCell id="137" value="*" style="edgeLabel;html=1;align=center;verticalAlign=middle;resizable=0;points=[];" parent="135" vertex="1" connectable="0">
                    <mxGeometry x="0.8182" relative="1" as="geometry">
                        <mxPoint x="-12" y="3" as="offset"/>
                    </mxGeometry>
                </mxCell>
-                 <mxCell id="169" style="edgeStyle=none;html=1;exitX=0;exitY=0.5;exitDx=0;exitDy=0;entryX=1;entryY=0.5;entryDx=0;entryDy=0;dashed=1;endArrow=open;endFill=0;" edge="1" parent="1" source="168" target="136">
-                     <mxGeometry relative="1" as="geometry"/>
-                 </mxCell>
-                 <mxCell id="170" value="1" style="text;html=1;align=center;verticalAlign=middle;resizable=0;points=[];autosize=1;strokeColor=none;fillColor=none;" vertex="1" parent="1">
+                 <mxCell id="169" style="edgeStyle=none;html=1;exitX=0;exitY=0.5;exitDx=0;exitDy=0;entryX=1;entryY=0.5;entryDx=0;entryDy=0;dashed=1;endArrow=open;endFill=0;" parent="1" source="168" target="136" edge="1">
+                     <mxGeometry relative="1" as="geometry"/>
+                 </mxCell>
+                 <mxCell id="170" value="1" style="text;html=1;align=center;verticalAlign=middle;resizable=0;points=[];autosize=1;strokeColor=none;fillColor=none;" parent="1" vertex="1">
                    <mxGeometry x="450" y="180" width="30" height="30" as="geometry"/>
                </mxCell>
            </root>
        </mxGraphModel>
    </diagram>
</mxfile>